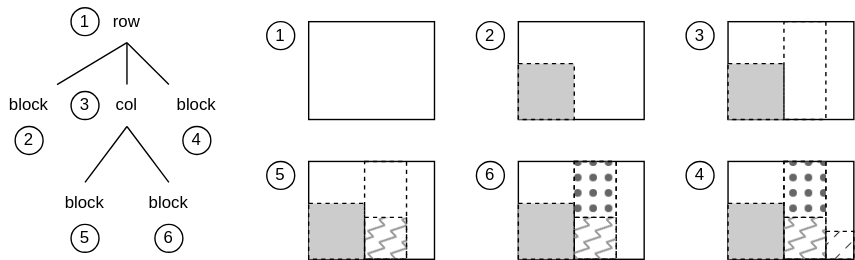
Above: docs/layout/draw_over.svg in gvwilson/sdxpy (draw.io), before the change. Source tidied: cells renumbered, new cells last; positions are measured from the earlier drawing's top-left corner, leaving out a move shared by most shapes.
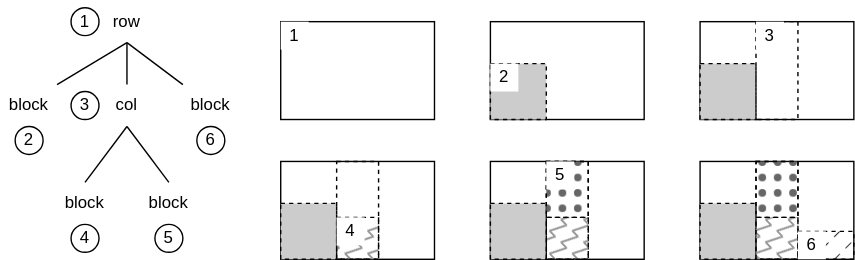
Later version of the same file.

What changed in the source:
```diff
@@ -3,19 +3,19 @@
     <mxCell id="0" />
     <mxCell id="1" parent="0" />
     <mxCell id="2" value="&lt;font style=&quot;font-size: 12px;&quot;&gt;block&lt;/font&gt;" style="text;html=1;strokeColor=none;fillColor=none;align=center;verticalAlign=middle;whiteSpace=wrap;rounded=0;sketch=0;fontFamily=Helvetica;fontSize=12;" parent="1" vertex="1">
-      <mxGeometry y="60" width="40" height="30" as="geometry" />
+      <mxGeometry x="20" y="60" width="40" height="30" as="geometry" />
     </mxCell>
     <mxCell id="3" value="&lt;font style=&quot;font-size: 12px;&quot;&gt;col&lt;/font&gt;" style="text;html=1;strokeColor=none;fillColor=none;align=center;verticalAlign=middle;whiteSpace=wrap;rounded=0;sketch=0;fontFamily=Helvetica;fontSize=12;" parent="1" vertex="1">
-      <mxGeometry x="70" y="60" width="40" height="30" as="geometry" />
+      <mxGeometry x="90" y="60" width="40" height="30" as="geometry" />
     </mxCell>
     <mxCell id="4" value="&lt;font style=&quot;font-size: 12px;&quot;&gt;block&lt;/font&gt;" style="text;html=1;strokeColor=none;fillColor=none;align=center;verticalAlign=middle;whiteSpace=wrap;rounded=0;sketch=0;fontFamily=Helvetica;fontSize=12;" parent="1" vertex="1">
-      <mxGeometry x="120" y="60" width="40" height="30" as="geometry" />
+      <mxGeometry x="150" y="60" width="40" height="30" as="geometry" />
     </mxCell>
     <mxCell id="5" value="&lt;font style=&quot;font-size: 12px;&quot;&gt;block&lt;/font&gt;" style="text;html=1;strokeColor=none;fillColor=none;align=center;verticalAlign=middle;whiteSpace=wrap;rounded=0;sketch=0;fontFamily=Helvetica;fontSize=12;" parent="1" vertex="1">
-      <mxGeometry x="40" y="130" width="40" height="30" as="geometry" />
+      <mxGeometry x="60" y="130" width="40" height="30" as="geometry" />
     </mxCell>
     <mxCell id="6" value="&lt;font style=&quot;font-size: 12px;&quot;&gt;block&lt;/font&gt;" style="text;html=1;strokeColor=none;fillColor=none;align=center;verticalAlign=middle;whiteSpace=wrap;rounded=0;sketch=0;fontFamily=Helvetica;fontSize=12;" parent="1" vertex="1">
-      <mxGeometry x="100" y="130" width="40" height="30" as="geometry" />
+      <mxGeometry x="120" y="130" width="40" height="30" as="geometry" />
     </mxCell>
     <mxCell id="7" style="endArrow=none;html=1;sketch=0;entryX=0.5;entryY=1;entryDx=0;entryDy=0;exitX=1;exitY=0;exitDx=0;exitDy=0;fontFamily=Helvetica;fontSize=12;" parent="1" edge="1" source="2" target="10">
       <mxGeometry relative="1" as="geometry" />
@@ -27,7 +27,7 @@
       <mxGeometry relative="1" as="geometry" />
     </mxCell>
     <mxCell id="10" value="&lt;font style=&quot;font-size: 12px;&quot;&gt;row&lt;/font&gt;" style="text;html=1;strokeColor=none;fillColor=none;align=center;verticalAlign=middle;whiteSpace=wrap;rounded=0;sketch=0;fontFamily=Helvetica;fontSize=12;" parent="1" vertex="1">
-      <mxGeometry x="70" width="40" height="30" as="geometry" />
+      <mxGeometry x="90" width="40" height="30" as="geometry" />
     </mxCell>
     <mxCell id="11" style="endArrow=none;html=1;sketch=0;exitX=0.5;exitY=0;exitDx=0;exitDy=0;entryX=0.5;entryY=1;entryDx=0;entryDy=0;fontFamily=Helvetica;fontSize=12;" parent="1" edge="1" source="5" target="3">
       <mxGeometry relative="1" as="geometry" />
@@ -36,7 +36,7 @@
       <mxGeometry relative="1" as="geometry" />
     </mxCell>
     <mxCell id="13" style="rounded=0;whiteSpace=wrap;html=1;align=left;fillColor=none;sketch=0;fontFamily=Helvetica;fontSize=12;" parent="1" vertex="1">
-      <mxGeometry x="520" y="115" width="90" height="70" as="geometry" />
+      <mxGeometry x="520" y="115" width="110" height="70" as="geometry" />
     </mxCell>
     <mxCell id="14" style="rounded=0;whiteSpace=wrap;html=1;align=left;sketch=0;dashed=1;fillStyle=hachure;fillColor=#CCCCCC;fontFamily=Helvetica;fontSize=12;" parent="1" vertex="1">
       <mxGeometry x="520" y="145" width="40" height="40" as="geometry" />
@@ -51,31 +51,28 @@
       <mxGeometry x="560" y="115" width="30" height="40" as="geometry" />
     </mxCell>
     <mxCell id="18" style="rounded=0;whiteSpace=wrap;html=1;align=left;sketch=0;dashed=1;fillStyle=dashed;fillColor=#333333;fontFamily=Helvetica;fontSize=12;" parent="1" vertex="1">
-      <mxGeometry x="590" y="165" width="20" height="20" as="geometry" />
+      <mxGeometry x="590" y="165" width="40" height="20" as="geometry" />
     </mxCell>
     <mxCell id="19" value="&lt;font style=&quot;font-size: 12px;&quot;&gt;1&lt;/font&gt;" style="ellipse;whiteSpace=wrap;html=1;sketch=0;align=center;fillColor=none;fontFamily=Helvetica;fontSize=12;" parent="1" vertex="1">
-      <mxGeometry x="50" y="5" width="20" height="20" as="geometry" />
+      <mxGeometry x="70" y="5" width="20" height="20" as="geometry" />
     </mxCell>
     <mxCell id="20" value="&lt;font style=&quot;font-size: 12px;&quot;&gt;2&lt;/font&gt;" style="ellipse;whiteSpace=wrap;html=1;sketch=0;align=center;fillColor=none;fontFamily=Helvetica;fontSize=12;" parent="1" vertex="1">
-      <mxGeometry x="10" y="90" width="20" height="20" as="geometry" />
+      <mxGeometry x="30" y="90" width="20" height="20" as="geometry" />
     </mxCell>
     <mxCell id="21" value="&lt;font style=&quot;font-size: 12px;&quot;&gt;3&lt;/font&gt;" style="ellipse;whiteSpace=wrap;html=1;sketch=0;align=center;fillColor=none;fontFamily=Helvetica;fontSize=12;" parent="1" vertex="1">
-      <mxGeometry x="50" y="65" width="20" height="20" as="geometry" />
+      <mxGeometry x="70" y="65" width="20" height="20" as="geometry" />
     </mxCell>
-    <mxCell id="22" value="&lt;font style=&quot;font-size: 12px;&quot;&gt;4&lt;/font&gt;" style="ellipse;whiteSpace=wrap;html=1;sketch=0;align=center;fillColor=none;fontFamily=Helvetica;fontSize=12;" parent="1" vertex="1">
-      <mxGeometry x="130" y="90" width="20" height="20" as="geometry" />
+    <mxCell id="22" value="&lt;font style=&quot;font-size: 12px;&quot;&gt;6&lt;/font&gt;" style="ellipse;whiteSpace=wrap;html=1;sketch=0;align=center;fillColor=none;fontFamily=Helvetica;fontSize=12;" parent="1" vertex="1">
+      <mxGeometry x="160" y="90" width="20" height="20" as="geometry" />
     </mxCell>
-    <mxCell id="23" value="&lt;font style=&quot;font-size: 12px;&quot;&gt;5&lt;/font&gt;" style="ellipse;whiteSpace=wrap;html=1;sketch=0;align=center;fillColor=none;fontFamily=Helvetica;fontSize=12;" parent="1" vertex="1">
-      <mxGeometry x="50" y="160" width="20" height="20" as="geometry" />
+    <mxCell id="23" value="&lt;font style=&quot;font-size: 12px;&quot;&gt;4&lt;/font&gt;" style="ellipse;whiteSpace=wrap;html=1;sketch=0;align=center;fillColor=none;fontFamily=Helvetica;fontSize=12;" parent="1" vertex="1">
+      <mxGeometry x="70" y="160" width="20" height="20" as="geometry" />
     </mxCell>
-    <mxCell id="24" value="&lt;font style=&quot;font-size: 12px;&quot;&gt;4&lt;/font&gt;" style="ellipse;whiteSpace=wrap;html=1;sketch=0;align=center;fillColor=none;fontFamily=Helvetica;fontSize=12;" parent="1" vertex="1">
-      <mxGeometry x="490" y="115" width="20" height="20" as="geometry" />
-    </mxCell>
-    <mxCell id="25" value="&lt;font style=&quot;font-size: 12px;&quot;&gt;6&lt;/font&gt;" style="ellipse;whiteSpace=wrap;html=1;sketch=0;align=center;fillColor=none;fontFamily=Helvetica;fontSize=12;" parent="1" vertex="1">
-      <mxGeometry x="110" y="160" width="20" height="20" as="geometry" />
+    <mxCell id="25" value="&lt;font style=&quot;font-size: 12px;&quot;&gt;5&lt;/font&gt;" style="ellipse;whiteSpace=wrap;html=1;sketch=0;align=center;fillColor=none;fontFamily=Helvetica;fontSize=12;" parent="1" vertex="1">
+      <mxGeometry x="130" y="160" width="20" height="20" as="geometry" />
     </mxCell>
     <mxCell id="26" style="rounded=0;whiteSpace=wrap;html=1;align=left;fillColor=none;sketch=0;fontFamily=Helvetica;fontSize=12;" parent="1" vertex="1">
-      <mxGeometry x="370" y="115" width="90" height="70" as="geometry" />
+      <mxGeometry x="370" y="115" width="110" height="70" as="geometry" />
     </mxCell>
     <mxCell id="27" style="rounded=0;whiteSpace=wrap;html=1;align=left;sketch=0;dashed=1;fillStyle=hachure;fillColor=#CCCCCC;fontFamily=Helvetica;fontSize=12;" parent="1" vertex="1">
       <mxGeometry x="370" y="145" width="40" height="40" as="geometry" />
@@ -89,11 +86,8 @@
     <mxCell id="30" style="rounded=0;whiteSpace=wrap;html=1;align=left;sketch=0;dashed=1;fillStyle=dots;fillColor=#666666;fontFamily=Helvetica;fontSize=12;" parent="1" vertex="1">
       <mxGeometry x="410" y="115" width="30" height="40" as="geometry" />
     </mxCell>
-    <mxCell id="31" value="&lt;font style=&quot;font-size: 12px;&quot;&gt;6&lt;/font&gt;" style="ellipse;whiteSpace=wrap;html=1;sketch=0;align=center;fillColor=none;fontFamily=Helvetica;fontSize=12;" parent="1" vertex="1">
-      <mxGeometry x="340" y="115" width="20" height="20" as="geometry" />
-    </mxCell>
     <mxCell id="32" style="rounded=0;whiteSpace=wrap;html=1;align=left;fillColor=none;sketch=0;fontFamily=Helvetica;fontSize=12;" parent="1" vertex="1">
-      <mxGeometry x="220" y="115" width="90" height="70" as="geometry" />
+      <mxGeometry x="220" y="115" width="110" height="70" as="geometry" />
     </mxCell>
     <mxCell id="33" style="rounded=0;whiteSpace=wrap;html=1;align=left;sketch=0;dashed=1;fillStyle=hachure;fillColor=#CCCCCC;fontFamily=Helvetica;fontSize=12;" parent="1" vertex="1">
       <mxGeometry x="220" y="145" width="40" height="40" as="geometry" />
@@ -104,11 +98,8 @@
     <mxCell id="35" style="rounded=0;whiteSpace=wrap;html=1;align=left;sketch=0;dashed=1;fillStyle=zigzag;fillColor=#999999;fontFamily=Helvetica;fontSize=12;" parent="1" vertex="1">
       <mxGeometry x="260" y="155" width="30" height="30" as="geometry" />
     </mxCell>
-    <mxCell id="36" value="&lt;font style=&quot;font-size: 12px;&quot;&gt;5&lt;/font&gt;" style="ellipse;whiteSpace=wrap;html=1;sketch=0;align=center;fillColor=none;fontFamily=Helvetica;fontSize=12;" parent="1" vertex="1">
-      <mxGeometry x="190" y="115" width="20" height="20" as="geometry" />
-    </mxCell>
     <mxCell id="37" style="rounded=0;whiteSpace=wrap;html=1;align=left;fillColor=none;sketch=0;fontFamily=Helvetica;fontSize=12;" parent="1" vertex="1">
-      <mxGeometry x="520" y="15" width="90" height="70" as="geometry" />
+      <mxGeometry x="520" y="15" width="110" height="70" as="geometry" />
     </mxCell>
     <mxCell id="38" style="rounded=0;whiteSpace=wrap;html=1;align=left;sketch=0;dashed=1;fillStyle=hachure;fillColor=#CCCCCC;fontFamily=Helvetica;fontSize=12;" parent="1" vertex="1">
       <mxGeometry x="520" y="45" width="40" height="40" as="geometry" />
@@ -116,23 +107,32 @@
     <mxCell id="39" style="rounded=0;whiteSpace=wrap;html=1;align=left;sketch=0;dashed=1;fillStyle=auto;fillColor=none;fontFamily=Helvetica;fontSize=12;" parent="1" vertex="1">
       <mxGeometry x="560" y="15" width="30" height="70" as="geometry" />
     </mxCell>
-    <mxCell id="40" value="&lt;font style=&quot;font-size: 12px;&quot;&gt;3&lt;/font&gt;" style="ellipse;whiteSpace=wrap;html=1;sketch=0;align=center;fillColor=none;fontFamily=Helvetica;fontSize=12;" parent="1" vertex="1">
-      <mxGeometry x="490" y="15" width="20" height="20" as="geometry" />
-    </mxCell>
     <mxCell id="41" style="rounded=0;whiteSpace=wrap;html=1;align=left;fillColor=none;sketch=0;fontFamily=Helvetica;fontSize=12;" parent="1" vertex="1">
-      <mxGeometry x="370" y="15" width="90" height="70" as="geometry" />
+      <mxGeometry x="370" y="15" width="110" height="70" as="geometry" />
     </mxCell>
     <mxCell id="42" style="rounded=0;whiteSpace=wrap;html=1;align=left;sketch=0;dashed=1;fillStyle=hachure;fillColor=#CCCCCC;fontFamily=Helvetica;fontSize=12;" parent="1" vertex="1">
       <mxGeometry x="370" y="45" width="40" height="40" as="geometry" />
     </mxCell>
-    <mxCell id="43" value="&lt;font style=&quot;font-size: 12px;&quot;&gt;2&lt;/font&gt;" style="ellipse;whiteSpace=wrap;html=1;sketch=0;align=center;fillColor=none;fontFamily=Helvetica;fontSize=12;" parent="1" vertex="1">
-      <mxGeometry x="340" y="15" width="20" height="20" as="geometry" />
-    </mxCell>
     <mxCell id="44" style="rounded=0;whiteSpace=wrap;html=1;align=left;fillColor=none;sketch=0;fontFamily=Helvetica;fontSize=12;" parent="1" vertex="1">
-      <mxGeometry x="220" y="15" width="90" height="70" as="geometry" />
+      <mxGeometry x="220" y="15" width="110" height="70" as="geometry" />
     </mxCell>
-    <mxCell id="45" value="&lt;font style=&quot;font-size: 12px;&quot;&gt;1&lt;/font&gt;" style="ellipse;whiteSpace=wrap;html=1;sketch=0;align=center;fillColor=none;fontFamily=Helvetica;fontSize=12;" parent="1" vertex="1">
-      <mxGeometry x="190" y="15" width="20" height="20" as="geometry" />
+    <mxCell id="45" value="1" style="text;html=1;strokeColor=none;fillColor=default;align=center;verticalAlign=middle;whiteSpace=wrap;rounded=0;" parent="1" vertex="1">
+      <mxGeometry x="220" y="15" width="20" height="20" as="geometry" />
     </mxCell>
+    <mxCell id="43" value="2" style="text;html=1;strokeColor=none;fillColor=default;align=center;verticalAlign=middle;whiteSpace=wrap;rounded=0;" parent="1" vertex="1">
+      <mxGeometry x="370" y="45" width="20" height="20" as="geometry" />
+    </mxCell>
+    <mxCell id="40" value="3" style="text;html=1;strokeColor=none;fillColor=default;align=center;verticalAlign=middle;whiteSpace=wrap;rounded=0;" parent="1" vertex="1">
+      <mxGeometry x="560" y="15" width="20" height="20" as="geometry" />
+    </mxCell>
+    <mxCell id="24" value="4" style="text;html=1;strokeColor=none;fillColor=default;align=center;verticalAlign=middle;whiteSpace=wrap;rounded=0;" parent="1" vertex="1">
+      <mxGeometry x="260" y="155" width="20" height="20" as="geometry" />
+    </mxCell>
+    <mxCell id="36" value="5" style="text;html=1;strokeColor=none;fillColor=default;align=center;verticalAlign=middle;whiteSpace=wrap;rounded=0;" parent="1" vertex="1">
+      <mxGeometry x="410" y="115" width="20" height="20" as="geometry" />
+    </mxCell>
+    <mxCell id="31" value="6" style="text;html=1;strokeColor=none;fillColor=default;align=center;verticalAlign=middle;whiteSpace=wrap;rounded=0;" parent="1" vertex="1">
+      <mxGeometry x="590" y="165" width="20" height="20" as="geometry" />
+    </mxCell>
   </root>
 </mxGraphModel>
```
